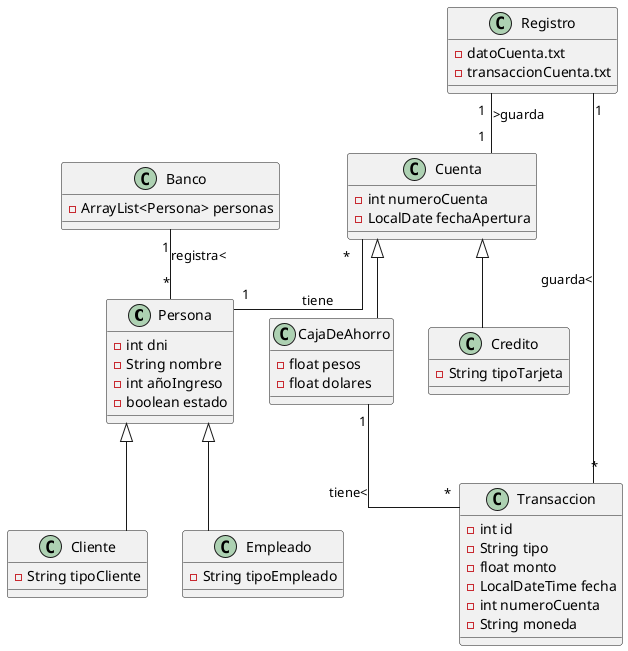
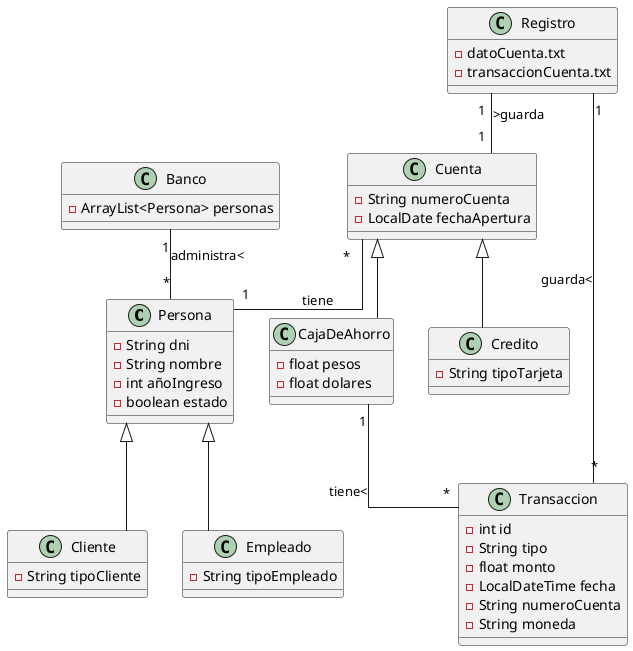
@startuml banco
skinparam linetype ortho

class Persona {
-     -int dni
+     -String dni
    -String nombre
    -int añoIngreso
    -boolean estado
}

class Cliente {
    -String tipoCliente

}

class Empleado {
    -String tipoEmpleado
}

class Cuenta {
-     -int numeroCuenta
+     -String numeroCuenta
    -LocalDate fechaApertura
}

class CajaDeAhorro {
    -float pesos
    -float dolares
}

class Credito {
    -String tipoTarjeta
}

class Transaccion {
    -int id
    -String tipo
    -float monto
    -LocalDateTime fecha
-     -int numeroCuenta
+     -String numeroCuenta
    -String moneda
}

class Registro {
    -datoCuenta.txt
    -transaccionCuenta.txt
}

class Banco {
    -ArrayList<Persona> personas
}

' Relaciones de herencia
Persona <|-- Cliente
Persona <|-- Empleado
Cuenta <|-- CajaDeAhorro
Cuenta <|-- Credito

' Relaciones de asociación
Cuenta "*" -- "1" Persona : tiene
CajaDeAhorro "1  " -- "*" Transaccion : tiene<
Registro "1" -- "*" Transaccion : guarda<
- Banco "1" -- "*" Persona : registra<
+ Banco "1" -- "*" Persona : administra<
Registro "1" -- "1    " Cuenta : >guarda

@enduml